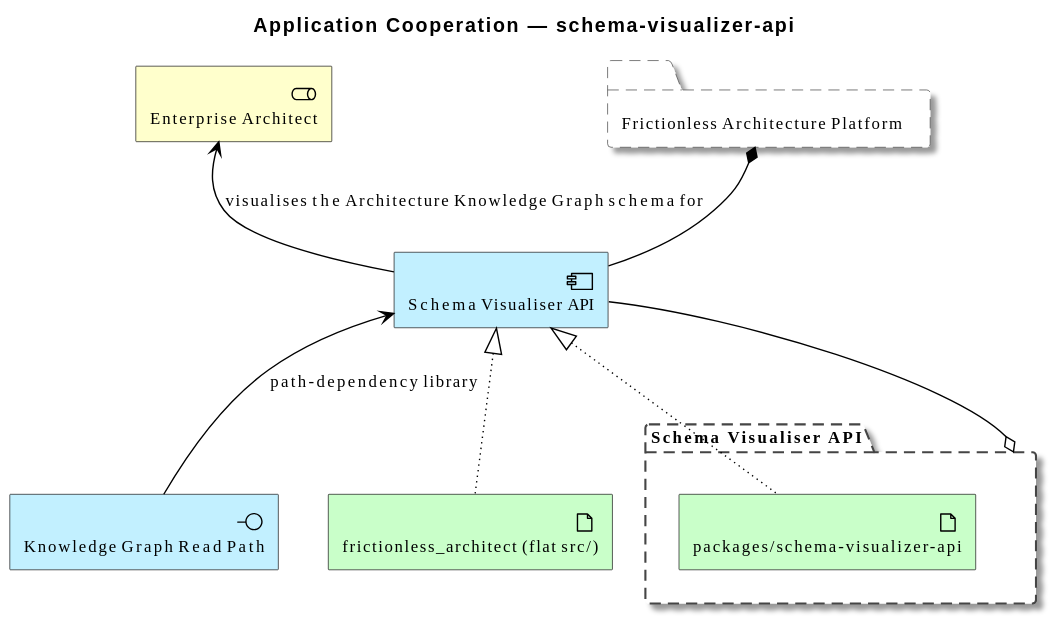
Earlier version of the PlantUML export architecture/model/diagrams/application/cooperation/schema-visualizer-api.svg (wolffy-au/frictionless-architect). Its diagram source:
```plantuml
@startuml
!include <archimate/Archimate>

scale max 3800 width
title Application Cooperation — schema-visualizer-api

Grouping(e_id54dd4701dbf151, "Frictionless Architecture Platform")
Application_Component(e_idd18b3d46fade58, "Schema Visualiser API")
Application_Interface(e_id0c9a1a2f155254, "Knowledge Graph Read Path")
Business_Role(e_id2b5394f913985a, "Enterprise Architect")
Technology_Artifact(e_id9b247a70d9f258, "frictionless_architect (flat src/)")
Grouping(e_idfebc823b192757, "Schema Visualiser API") {
  Technology_Artifact(e_id11f06faa9d2d5d, "packages/schema-visualizer-api")
}

Rel_Composition(e_id54dd4701dbf151, e_idd18b3d46fade58, "")
Rel_Serving_Up(e_id0c9a1a2f155254, e_idd18b3d46fade58, "path-dependency library")
Rel_Realization_Up(e_id9b247a70d9f258, e_idd18b3d46fade58, "")
Rel_Realization_Up(e_id11f06faa9d2d5d, e_idd18b3d46fade58, "")
Rel_Serving_Up(e_idd18b3d46fade58, e_id2b5394f913985a, "visualises the Architecture Knowledge Graph schema for")
Rel_Aggregation(e_idfebc823b192757, e_idd18b3d46fade58, "")
@enduml
```
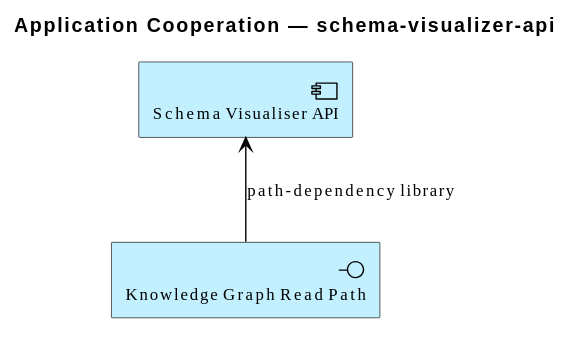
The same diagram one commit later.

The edit, as a diff of the source:
```diff
@@ -4,19 +4,8 @@
 scale max 3800 width
 title Application Cooperation — schema-visualizer-api
 
-Grouping(e_id54dd4701dbf151, "Frictionless Architecture Platform")
 Application_Component(e_idd18b3d46fade58, "Schema Visualiser API")
 Application_Interface(e_id0c9a1a2f155254, "Knowledge Graph Read Path")
-Business_Role(e_id2b5394f913985a, "Enterprise Architect")
-Technology_Artifact(e_id9b247a70d9f258, "frictionless_architect (flat src/)")
-Grouping(e_idfebc823b192757, "Schema Visualiser API") {
-  Technology_Artifact(e_id11f06faa9d2d5d, "packages/schema-visualizer-api")
-}
 
-Rel_Composition(e_id54dd4701dbf151, e_idd18b3d46fade58, "")
 Rel_Serving_Up(e_id0c9a1a2f155254, e_idd18b3d46fade58, "path-dependency library")
-Rel_Realization_Up(e_id9b247a70d9f258, e_idd18b3d46fade58, "")
-Rel_Realization_Up(e_id11f06faa9d2d5d, e_idd18b3d46fade58, "")
-Rel_Serving_Up(e_idd18b3d46fade58, e_id2b5394f913985a, "visualises the Architecture Knowledge Graph schema for")
-Rel_Aggregation(e_idfebc823b192757, e_idd18b3d46fade58, "")
 @enduml
```
